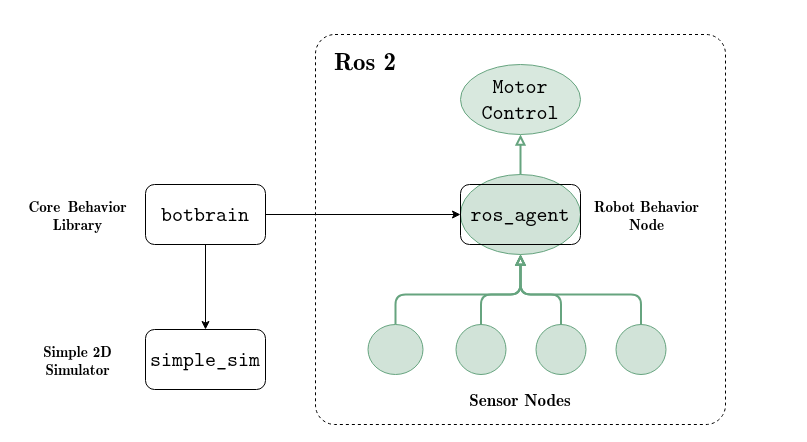
Before: report/editable-figures/software-structure.drawio in BalderHolst/coordinated-robot-search, a draw.io diagram. Source tidied: cells renumbered, new cells numbered last; positions are measured from the earlier drawing's top-left corner, leaving out a move shared by most shapes. Both pictures are drawn from the tidied source at 100%, with x=0, y=0 at pixel (17, 34).
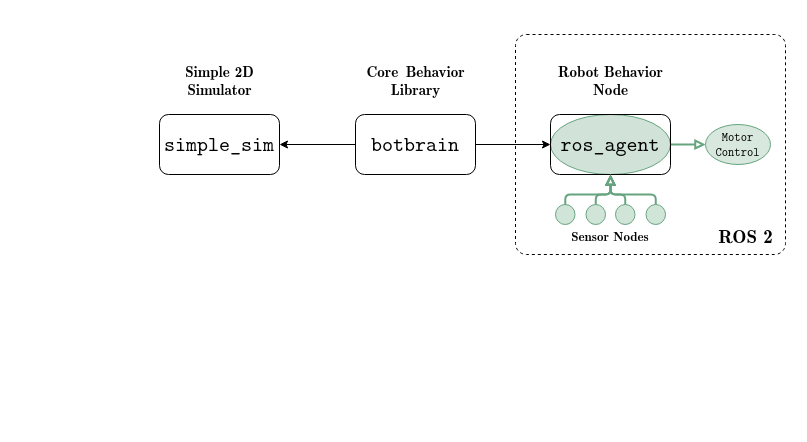
The same diagram, later.

Commit message (it also covers changes not shown here):
report: Software structure v2

The edit, as a diff of the source:
```diff
@@
+    <mxCell id="25" style="rounded=0;whiteSpace=wrap;html=1;strokeColor=none;" parent="1" vertex="1">
+      <mxGeometry x="23" width="750" height="220" as="geometry" />
+    </mxCell>
     <mxCell id="2" style="rounded=1;whiteSpace=wrap;html=1;fillColor=none;dashed=1;fontColor=none;noLabel=1;glass=0;arcSize=5;" parent="1" vertex="1">
-      <mxGeometry x="298" width="410" height="390" as="geometry" />
+      <mxGeometry x="498" width="270" height="220" as="geometry" />
     </mxCell>
-    <mxCell id="3" style="edgeStyle=orthogonalEdgeStyle;rounded=1;jettySize=auto;html=1;strokeColor=#66a47f;strokeWidth=2;align=center;verticalAlign=middle;fontFamily=Latin Modern Mono;fontSize=21;fontColor=default;labelBackgroundColor=default;endArrow=block;endFill=0;fillColor=#66a47f;gradientColor=none;" parent="1" edge="1" source="4" target="19">
+    <mxCell id="3" style="edgeStyle=orthogonalEdgeStyle;rounded=1;jettySize=auto;html=1;strokeColor=#66a47f;strokeWidth=2;align=center;verticalAlign=middle;fontFamily=Latin Modern Mono;fontSize=21;fontColor=default;labelBackgroundColor=default;endArrow=block;endFill=0;fillColor=#66a47f;gradientColor=none;arcSize=10;" parent="1" edge="1" source="4" target="19">
       <mxGeometry relative="1" as="geometry" />
     </mxCell>
     <mxCell id="4" value="ros_agent" style="ellipse;whiteSpace=wrap;html=1;fillColor=#66a47f;strokeColor=#66a47f;rounded=1;align=center;verticalAlign=middle;fontFamily=Latin Modern Mono;fontSize=21;fontColor=default;gradientColor=none;fillOpacity=30;" parent="1" vertex="1">
-      <mxGeometry x="443" y="140" width="120" height="80" as="geometry" />
+      <mxGeometry x="533" y="80" width="120" height="60" as="geometry" />
     </mxCell>
@@
     <mxCell id="7" value="botbrain" style="rounded=1;whiteSpace=wrap;html=1;fontFamily=Latin Modern Mono;fontSize=21;" parent="1" vertex="1">
-      <mxGeometry x="128" y="150" width="120" height="60" as="geometry" />
+      <mxGeometry x="338" y="80" width="120" height="60" as="geometry" />
     </mxCell>
     <mxCell id="8" value="simple_sim" style="rounded=1;whiteSpace=wrap;html=1;fontFamily=Latin Modern Mono;fontSize=21;" parent="1" vertex="1">
-      <mxGeometry x="128" y="295" width="120" height="60" as="geometry" />
+      <mxGeometry x="142" y="80" width="120" height="60" as="geometry" />
     </mxCell>
     <mxCell id="9" style="rounded=1;whiteSpace=wrap;html=1;fontFamily=Latin Modern Mono;fontSize=21;fillColor=none;" parent="1" vertex="1">
-      <mxGeometry x="443" y="150" width="120" height="60" as="geometry" />
+      <mxGeometry x="533" y="80" width="120" height="60" as="geometry" />
     </mxCell>
-    <mxCell id="10" style="edgeStyle=orthogonalEdgeStyle;rounded=1;jettySize=auto;html=1;entryX=0.5;entryY=1;entryDx=0;entryDy=0;fillColor=#66a47f;strokeColor=#66a47f;endArrow=block;endFill=0;strokeWidth=2;align=center;verticalAlign=middle;fontFamily=Latin Modern Mono;fontSize=21;fontColor=default;gradientColor=none;" parent="1" edge="1" source="11" target="4">
-      <mxGeometry relative="1" as="geometry">
-        <Array as="points">
-          <mxPoint x="378" y="260" />
-          <mxPoint x="503" y="260" />
-        </Array>
-      </mxGeometry>
-    </mxCell>
-    <mxCell id="11" style="ellipse;whiteSpace=wrap;html=1;fillColor=#66a47f;strokeColor=#66a47f;rounded=1;align=center;verticalAlign=middle;fontFamily=Latin Modern Mono;fontSize=21;fontColor=default;gradientColor=none;fillOpacity=30;" parent="1" vertex="1">
-      <mxGeometry x="350.5" y="290" width="55" height="50" as="geometry" />
-    </mxCell>
-    <mxCell id="12" style="edgeStyle=orthogonalEdgeStyle;rounded=1;jettySize=auto;html=1;entryX=0.5;entryY=1;entryDx=0;entryDy=0;fillColor=#66a47f;strokeColor=#66a47f;endArrow=block;endFill=0;strokeWidth=2;align=center;verticalAlign=middle;fontFamily=Latin Modern Mono;fontSize=21;fontColor=default;gradientColor=none;" parent="1" edge="1" source="13" target="4">
+    <mxCell id="12" style="edgeStyle=orthogonalEdgeStyle;rounded=1;jettySize=auto;html=1;entryX=0.5;entryY=1;entryDx=0;entryDy=0;strokeColor=#66a47f;strokeWidth=2;align=center;verticalAlign=middle;fontFamily=Latin Modern Mono;fontSize=21;fontColor=default;labelBackgroundColor=default;endArrow=block;endFill=0;fillColor=#66a47f;gradientColor=none;arcSize=10;" parent="1" edge="1" source="13" target="4">
       <mxGeometry relative="1" as="geometry">
         <Array as="points">
-          <mxPoint x="464" y="260" />
-          <mxPoint x="503" y="260" />
+          <mxPoint x="548" y="160" />
+          <mxPoint x="593" y="160" />
         </Array>
       </mxGeometry>
     </mxCell>
     <mxCell id="13" style="ellipse;whiteSpace=wrap;html=1;fillColor=#66a47f;strokeColor=#66a47f;rounded=1;align=center;verticalAlign=middle;fontFamily=Latin Modern Mono;fontSize=21;fontColor=default;gradientColor=none;fillOpacity=30;" parent="1" vertex="1">
-      <mxGeometry x="438.5" y="290" width="50" height="50" as="geometry" />
+      <mxGeometry x="538" y="170" width="19.5" height="20" as="geometry" />
     </mxCell>
-    <mxCell id="14" style="edgeStyle=orthogonalEdgeStyle;rounded=1;jettySize=auto;html=1;entryX=0.5;entryY=1;entryDx=0;entryDy=0;fillColor=#66a47f;strokeColor=#66a47f;endArrow=block;endFill=0;strokeWidth=2;align=center;verticalAlign=middle;fontFamily=Latin Modern Mono;fontSize=21;fontColor=default;gradientColor=none;" parent="1" edge="1" source="15" target="4">
-      <mxGeometry relative="1" as="geometry">
-        <Array as="points">
-          <mxPoint x="624" y="260" />
-          <mxPoint x="503" y="260" />
-        </Array>
-      </mxGeometry>
-    </mxCell>
-    <mxCell id="15" style="ellipse;whiteSpace=wrap;html=1;fillColor=#66a47f;strokeColor=#66a47f;rounded=1;align=center;verticalAlign=middle;fontFamily=Latin Modern Mono;fontSize=21;fontColor=default;gradientColor=none;fillOpacity=30;" parent="1" vertex="1">
-      <mxGeometry x="598.5" y="290" width="50" height="50" as="geometry" />
-    </mxCell>
-    <mxCell id="16" style="edgeStyle=orthogonalEdgeStyle;rounded=1;jettySize=auto;html=1;entryX=0.5;entryY=1;entryDx=0;entryDy=0;fillColor=#66a47f;strokeColor=#66a47f;endArrow=block;endFill=0;strokeWidth=2;align=center;verticalAlign=middle;fontFamily=Latin Modern Mono;fontSize=21;fontColor=default;gradientColor=none;" parent="1" edge="1" source="17" target="4">
-      <mxGeometry relative="1" as="geometry">
-        <Array as="points">
-          <mxPoint x="544" y="260" />
-          <mxPoint x="503" y="260" />
-        </Array>
-      </mxGeometry>
-    </mxCell>
-    <mxCell id="17" style="ellipse;whiteSpace=wrap;html=1;fillColor=#66a47f;strokeColor=#66a47f;rounded=1;align=center;verticalAlign=middle;fontFamily=Latin Modern Mono;fontSize=21;fontColor=default;gradientColor=none;fillOpacity=30;" parent="1" vertex="1">
-      <mxGeometry x="518.5" y="290" width="50" height="50" as="geometry" />
-    </mxCell>
-    <mxCell id="18" value="Sensor Nodes" style="text;html=1;align=center;verticalAlign=middle;whiteSpace=wrap;rounded=0;fontSize=17;fontFamily=Latin Modern Roman Demi;fontStyle=0;" parent="1" vertex="1">
-      <mxGeometry x="433" y="350" width="140" height="30" as="geometry" />
+    <mxCell id="18" value="Sensor Nodes" style="text;html=1;align=center;verticalAlign=middle;whiteSpace=wrap;rounded=0;fontSize=13;fontFamily=Latin Modern Roman Demi;fontStyle=0;" parent="1" vertex="1">
+      <mxGeometry x="523" y="186" width="140" height="30" as="geometry" />
     </mxCell>
-    <mxCell id="19" value="Motor Control" style="ellipse;whiteSpace=wrap;html=1;fillColor=#7db392;strokeColor=#66a47f;rounded=1;align=center;verticalAlign=middle;fontFamily=Latin Modern Mono;fontSize=21;fontColor=default;gradientColor=none;fillOpacity=30;" parent="1" vertex="1">
-      <mxGeometry x="443" y="30" width="120" height="70" as="geometry" />
+    <mxCell id="19" value="Motor Control" style="ellipse;whiteSpace=wrap;html=1;fillColor=#7db392;strokeColor=#66a47f;rounded=1;align=center;verticalAlign=middle;fontFamily=Latin Modern Mono;fontSize=12;fontColor=default;gradientColor=none;fillOpacity=30;" parent="1" vertex="1">
+      <mxGeometry x="688" y="90" width="65" height="40" as="geometry" />
     </mxCell>
-    <mxCell id="20" value="Ros 2" style="text;html=1;align=center;verticalAlign=middle;whiteSpace=wrap;rounded=0;fontFamily=Latin Modern Roman Demi;fontSize=25;" parent="1" vertex="1">
-      <mxGeometry x="298" y="10" width="100" height="30" as="geometry" />
-    </mxCell>
-    <mxCell id="21" style="edgeStyle=orthogonalEdgeStyle;rounded=0;orthogonalLoop=1;jettySize=auto;html=1;exitX=0.5;exitY=1;exitDx=0;exitDy=0;" parent="1" edge="1" source="20" target="20">
-      <mxGeometry relative="1" as="geometry" />
+    <mxCell id="21" style="edgeStyle=orthogonalEdgeStyle;rounded=0;orthogonalLoop=1;jettySize=auto;html=1;exitX=0.5;exitY=1;exitDx=0;exitDy=0;" parent="1" edge="1">
+      <mxGeometry relative="1" as="geometry">
+        <mxPoint x="518.5" y="-10" as="sourcePoint" />
+        <mxPoint x="518.5" y="-10" as="targetPoint" />
+      </mxGeometry>
     </mxCell>
     <mxCell id="22" value="&lt;div style=&quot;font-size: 15px;&quot;&gt;&lt;span style=&quot;background-color: initial; font-size: 15px;&quot;&gt;Core&amp;nbsp;&lt;/span&gt;&lt;span style=&quot;background-color: initial;&quot;&gt;Behavior&lt;/span&gt;&lt;/div&gt;&lt;div style=&quot;font-size: 15px;&quot;&gt;&lt;span style=&quot;background-color: initial;&quot;&gt;Library&lt;/span&gt;&lt;/div&gt;" style="text;html=1;align=center;verticalAlign=middle;strokeColor=none;fillColor=none;fontFamily=Latin Modern Roman Demi;fontSize=15;" parent="1" vertex="1">
-      <mxGeometry y="155" width="120" height="50" as="geometry" />
+      <mxGeometry x="338" y="20" width="120" height="50" as="geometry" />
     </mxCell>
     <mxCell id="23" value="&lt;div style=&quot;font-size: 15px;&quot;&gt;Simple 2D&lt;/div&gt;&lt;div style=&quot;font-size: 15px;&quot;&gt;Simulator&lt;/div&gt;" style="text;html=1;align=center;verticalAlign=middle;strokeColor=none;fillColor=none;fontFamily=Latin Modern Roman Demi;fontSize=15;" parent="1" vertex="1">
-      <mxGeometry x="15" y="300" width="90" height="50" as="geometry" />
+      <mxGeometry x="157" y="20" width="90" height="50" as="geometry" />
     </mxCell>
     <mxCell id="24" value="&lt;div style=&quot;font-size: 15px;&quot;&gt;Robot Behavior&lt;/div&gt;&lt;div style=&quot;font-size: 15px;&quot;&gt;Node&lt;/div&gt;" style="text;html=1;align=center;verticalAlign=middle;strokeColor=none;fillColor=none;fontFamily=Latin Modern Roman Demi;fontSize=15;" parent="1" vertex="1">
-      <mxGeometry x="563.5" y="155" width="130" height="50" as="geometry" />
+      <mxGeometry x="528" y="20" width="130" height="50" as="geometry" />
     </mxCell>
+    <mxCell id="26" style="edgeStyle=orthogonalEdgeStyle;rounded=1;jettySize=auto;html=1;entryX=0.5;entryY=1;entryDx=0;entryDy=0;strokeColor=#66a47f;strokeWidth=2;align=center;verticalAlign=middle;fontFamily=Latin Modern Mono;fontSize=21;fontColor=default;labelBackgroundColor=default;endArrow=block;endFill=0;fillColor=#66a47f;gradientColor=none;arcSize=10;" parent="1" edge="1" source="27" target="4">
+      <mxGeometry relative="1" as="geometry">
+        <Array as="points">
+          <mxPoint x="578" y="160" />
+          <mxPoint x="593" y="160" />
+        </Array>
+      </mxGeometry>
+    </mxCell>
+    <mxCell id="27" style="ellipse;whiteSpace=wrap;html=1;fillColor=#66a47f;strokeColor=#66a47f;rounded=1;align=center;verticalAlign=middle;fontFamily=Latin Modern Mono;fontSize=21;fontColor=default;gradientColor=none;fillOpacity=30;" parent="1" vertex="1">
+      <mxGeometry x="568.5" y="170" width="19.5" height="20" as="geometry" />
+    </mxCell>
+    <mxCell id="28" style="edgeStyle=orthogonalEdgeStyle;rounded=1;jettySize=auto;html=1;entryX=0.5;entryY=1;entryDx=0;entryDy=0;strokeColor=#66a47f;strokeWidth=2;align=center;verticalAlign=middle;fontFamily=Latin Modern Mono;fontSize=21;fontColor=default;labelBackgroundColor=default;endArrow=block;endFill=0;fillColor=#66a47f;gradientColor=none;arcSize=10;" parent="1" edge="1" source="29" target="4">
+      <mxGeometry relative="1" as="geometry">
+        <Array as="points">
+          <mxPoint x="608" y="160" />
+          <mxPoint x="593" y="160" />
+        </Array>
+      </mxGeometry>
+    </mxCell>
+    <mxCell id="29" style="ellipse;whiteSpace=wrap;html=1;fillColor=#66a47f;strokeColor=#66a47f;rounded=1;align=center;verticalAlign=middle;fontFamily=Latin Modern Mono;fontSize=21;fontColor=default;gradientColor=none;fillOpacity=30;" parent="1" vertex="1">
+      <mxGeometry x="598" y="170" width="19.5" height="20" as="geometry" />
+    </mxCell>
+    <mxCell id="30" style="edgeStyle=orthogonalEdgeStyle;rounded=1;jettySize=auto;html=1;entryX=0.5;entryY=1;entryDx=0;entryDy=0;strokeColor=#66a47f;strokeWidth=2;align=center;verticalAlign=middle;fontFamily=Latin Modern Mono;fontSize=21;fontColor=default;labelBackgroundColor=default;endArrow=block;endFill=0;fillColor=#66a47f;gradientColor=none;arcSize=10;" parent="1" edge="1" source="31" target="4">
+      <mxGeometry relative="1" as="geometry">
+        <Array as="points">
+          <mxPoint x="638" y="160" />
+          <mxPoint x="593" y="160" />
+        </Array>
+      </mxGeometry>
+    </mxCell>
+    <mxCell id="31" style="ellipse;whiteSpace=wrap;html=1;fillColor=#66a47f;strokeColor=#66a47f;rounded=1;align=center;verticalAlign=middle;fontFamily=Latin Modern Mono;fontSize=21;fontColor=default;gradientColor=none;fillOpacity=30;" parent="1" vertex="1">
+      <mxGeometry x="628.5" y="170" width="19.5" height="20" as="geometry" />
+    </mxCell>
+    <mxCell id="32" value="ROS 2" style="text;html=1;align=center;verticalAlign=middle;strokeColor=none;fillColor=none;fontFamily=Latin Modern Roman Demi;fontSize=19;fontStyle=0;" parent="1" vertex="1">
+      <mxGeometry x="688" y="181" width="80" height="40" as="geometry" />
+    </mxCell>
```
